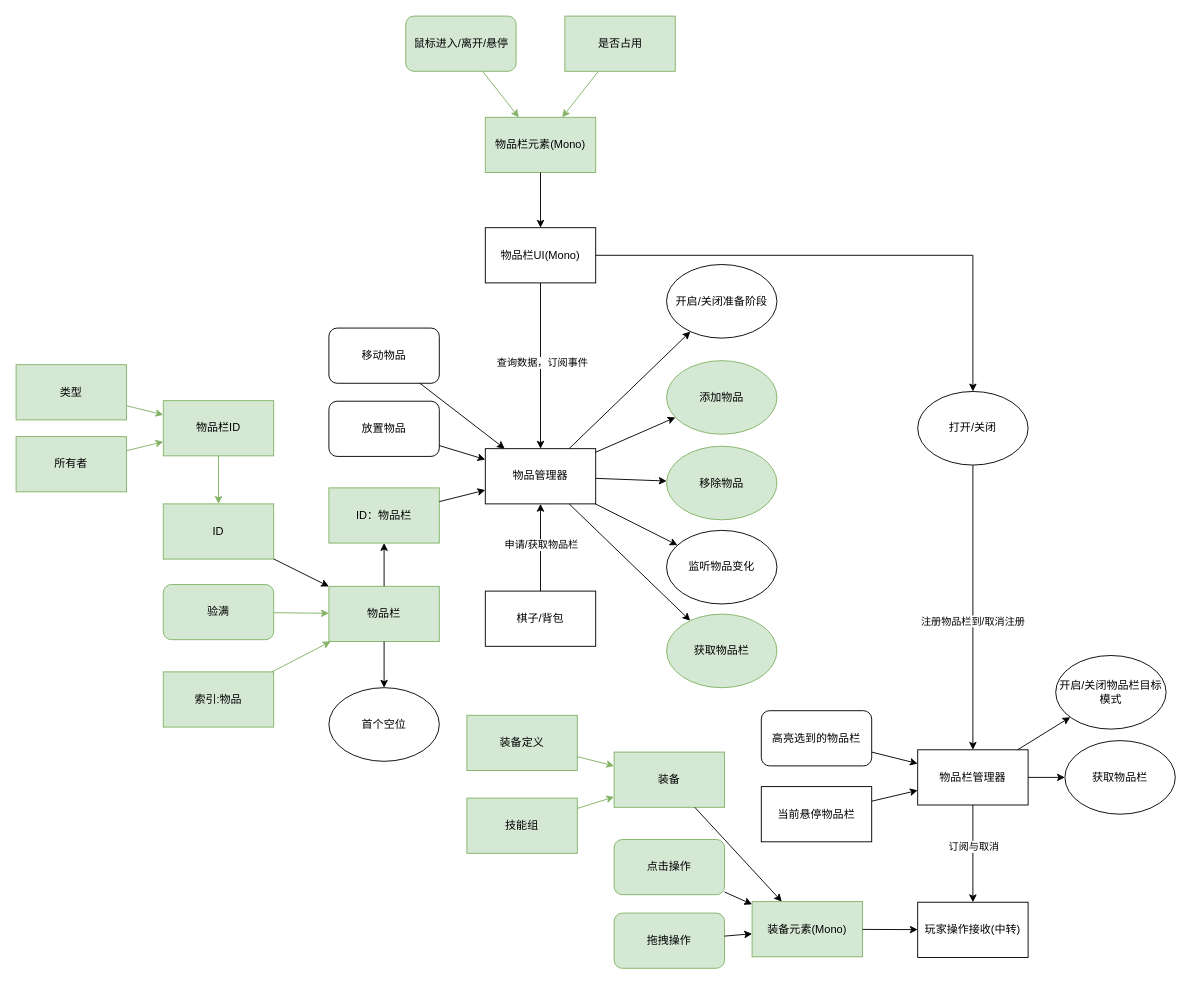
Earlier version of the draw.io diagram Doc/Design/背包系统.drawio (MetaDisintegrator/AutoChess). Source tidied: cells renumbered, new cells numbered last; positions are measured from the earlier drawing's top-left corner, leaving out a move shared by most shapes. Both pictures are drawn from the tidied source at 92%, with x=0, y=0 at pixel (16, 16).
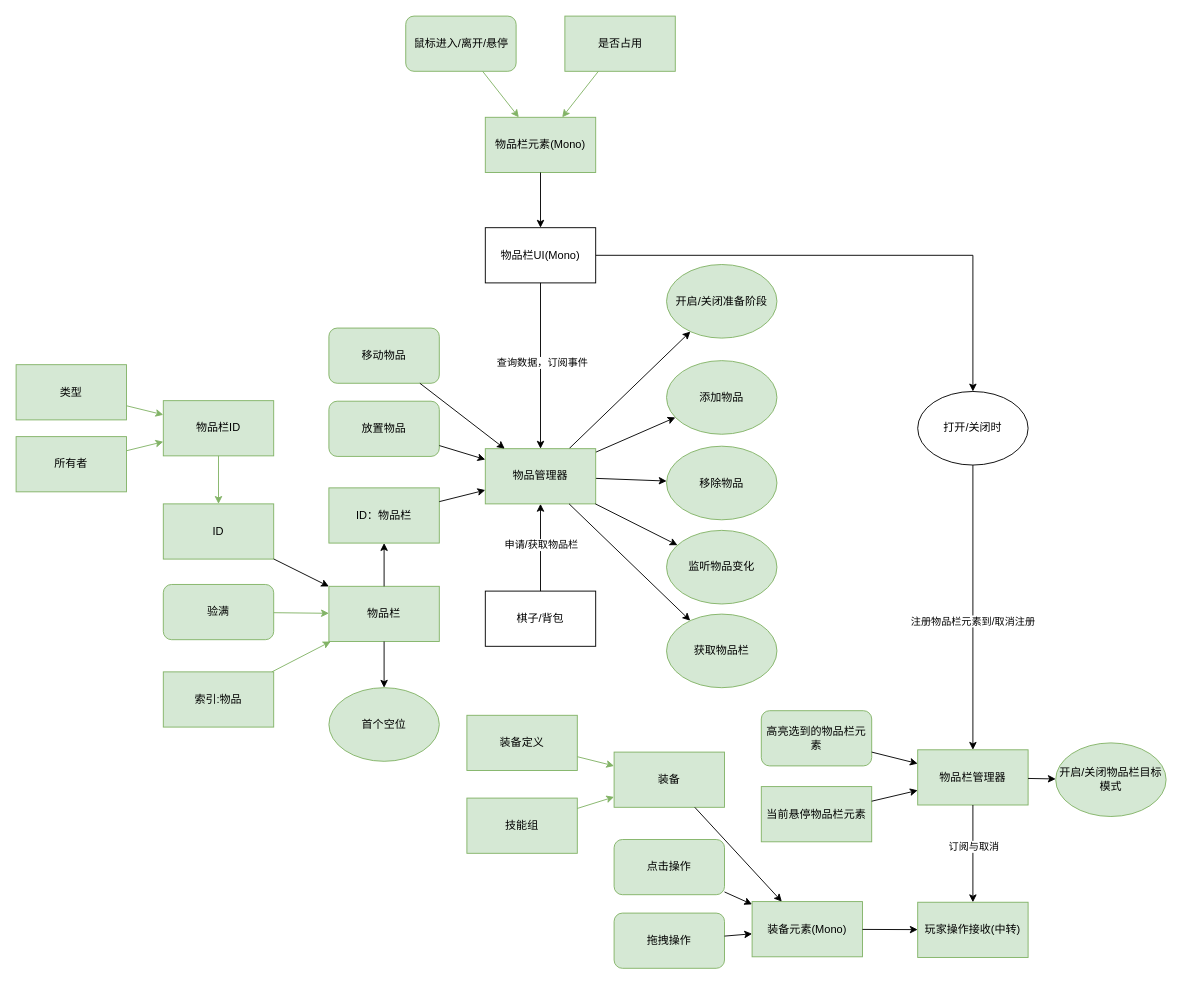
The same page after the edit.

Unchanged cells that the change refers to:
```xml
<mxCell id="37" style="endArrow=classic;html=1;rounded=0;" parent="1" edge="1" source="36" target="24">
  <mxGeometry relative="1" as="geometry" />
</mxCell>
```

Diff of the diagram source:
```diff
@@
-    <mxCell id="24" value="物品栏管理器" style="rounded=0;whiteSpace=wrap;html=1;" parent="1" vertex="1">
+    <mxCell id="24" value="物品栏管理器" style="rounded=0;whiteSpace=wrap;html=1;fillColor=#d5e8d4;strokeColor=#82b366;" parent="1" vertex="1">
       <mxGeometry x="980" y="797.5" width="120" height="60" as="geometry" />
     </mxCell>
-    <mxCell id="25" value="高亮选到的物品栏" style="rounded=1;whiteSpace=wrap;html=1;" parent="1" vertex="1">
+    <mxCell id="25" value="高亮选到的物品栏元素" style="rounded=1;whiteSpace=wrap;html=1;fillColor=#d5e8d4;strokeColor=#82b366;" parent="1" vertex="1">
       <mxGeometry x="810" y="755" width="120" height="60" as="geometry" />
     </mxCell>
-    <mxCell id="26" value="当前悬停物品栏" style="rounded=0;whiteSpace=wrap;html=1;" parent="1" vertex="1">
+    <mxCell id="26" value="当前悬停物品栏元素" style="rounded=0;whiteSpace=wrap;html=1;fillColor=#d5e8d4;strokeColor=#82b366;" parent="1" vertex="1">
       <mxGeometry x="810" y="837.5" width="120" height="60" as="geometry" />
     </mxCell>
@@
-    <mxCell id="30" value="开启/关闭物品栏目标模式" style="ellipse;whiteSpace=wrap;html=1;" parent="1" vertex="1">
-      <mxGeometry x="1130" y="695" width="120" height="80" as="geometry" />
+    <mxCell id="30" value="开启/关闭物品栏目标模式" style="ellipse;whiteSpace=wrap;html=1;fillColor=#d5e8d4;strokeColor=#82b366;" parent="1" vertex="1">
+      <mxGeometry x="1130" y="790" width="120" height="80" as="geometry" />
     </mxCell>
-    <mxCell id="31" value="获取物品栏" style="ellipse;whiteSpace=wrap;html=1;" parent="1" vertex="1">
-      <mxGeometry x="1140" y="787.5" width="120" height="80" as="geometry" />
-    </mxCell>
-    <mxCell id="32" value="开启/关闭准备阶段" style="ellipse;whiteSpace=wrap;html=1;" parent="1" vertex="1">
+    <mxCell id="32" value="开启/关闭准备阶段" style="ellipse;whiteSpace=wrap;html=1;fillColor=#d5e8d4;strokeColor=#82b366;" parent="1" vertex="1">
       <mxGeometry x="707" y="270" width="120" height="80" as="geometry" />
     </mxCell>
-    <mxCell id="33" value="玩家操作接收(中转)" style="rounded=0;whiteSpace=wrap;html=1;" parent="1" vertex="1">
+    <mxCell id="33" value="玩家操作接收(中转)" style="rounded=0;whiteSpace=wrap;html=1;fillColor=#d5e8d4;strokeColor=#82b366;" parent="1" vertex="1">
       <mxGeometry x="980" y="963.2" width="120" height="60" as="geometry" />
     </mxCell>
@@
-    <mxCell id="36" value="打开/关闭" style="ellipse;whiteSpace=wrap;html=1;" parent="1" vertex="1">
+    <mxCell id="36" value="打开/关闭时" style="ellipse;whiteSpace=wrap;html=1;" parent="1" vertex="1">
       <mxGeometry x="980" y="408" width="120" height="80" as="geometry" />
     </mxCell>
@@
-    <mxCell id="38" value="注册物品栏到/取消注册" style="edgeLabel;html=1;align=center;verticalAlign=middle;" parent="37" vertex="1">
+    <mxCell id="38" value="注册物品栏元素到/取消注册" style="edgeLabel;html=1;align=center;verticalAlign=middle;" parent="37" vertex="1">
       <mxGeometry x="0.09" y="-1" relative="1" as="geometry" />
     </mxCell>
@@
-    <mxCell id="46" style="endArrow=classic;html=1;rounded=0;" parent="1" edge="1" source="24" target="31">
-      <mxGeometry relative="1" as="geometry" />
-    </mxCell>
@@
-    <mxCell id="50" value="首个空位" style="ellipse;whiteSpace=wrap;html=1;" parent="1" vertex="1">
+    <mxCell id="50" value="首个空位" style="ellipse;whiteSpace=wrap;html=1;fillColor=#d5e8d4;strokeColor=#82b366;" parent="1" vertex="1">
       <mxGeometry x="340" y="730" width="120" height="80" as="geometry" />
     </mxCell>
-    <mxCell id="51" value="物品管理器" style="rounded=0;whiteSpace=wrap;html=1;" parent="1" vertex="1">
+    <mxCell id="51" value="物品管理器" style="rounded=0;whiteSpace=wrap;html=1;fillColor=#d5e8d4;strokeColor=#82b366;" parent="1" vertex="1">
       <mxGeometry x="510" y="470.2" width="120" height="60" as="geometry" />
     </mxCell>
@@
-    <mxCell id="53" value="移动物品" style="rounded=1;whiteSpace=wrap;html=1;" parent="1" vertex="1">
+    <mxCell id="53" value="移动物品" style="rounded=1;whiteSpace=wrap;html=1;fillColor=#d5e8d4;strokeColor=#82b366;" parent="1" vertex="1">
       <mxGeometry x="340" y="339.1" width="120" height="60" as="geometry" />
     </mxCell>
-    <mxCell id="54" value="放置物品" style="rounded=1;whiteSpace=wrap;html=1;" parent="1" vertex="1">
+    <mxCell id="54" value="放置物品" style="rounded=1;whiteSpace=wrap;html=1;fillColor=#d5e8d4;strokeColor=#82b366;" parent="1" vertex="1">
       <mxGeometry x="340" y="418.6" width="120" height="60" as="geometry" />
     </mxCell>
@@
-    <mxCell id="60" value="监听物品变化" style="ellipse;whiteSpace=wrap;html=1;" parent="1" vertex="1">
+    <mxCell id="60" value="监听物品变化" style="ellipse;whiteSpace=wrap;html=1;fillColor=#d5e8d4;strokeColor=#82b366;" parent="1" vertex="1">
       <mxGeometry x="707" y="559" width="120" height="80" as="geometry" />
     </mxCell>
```
